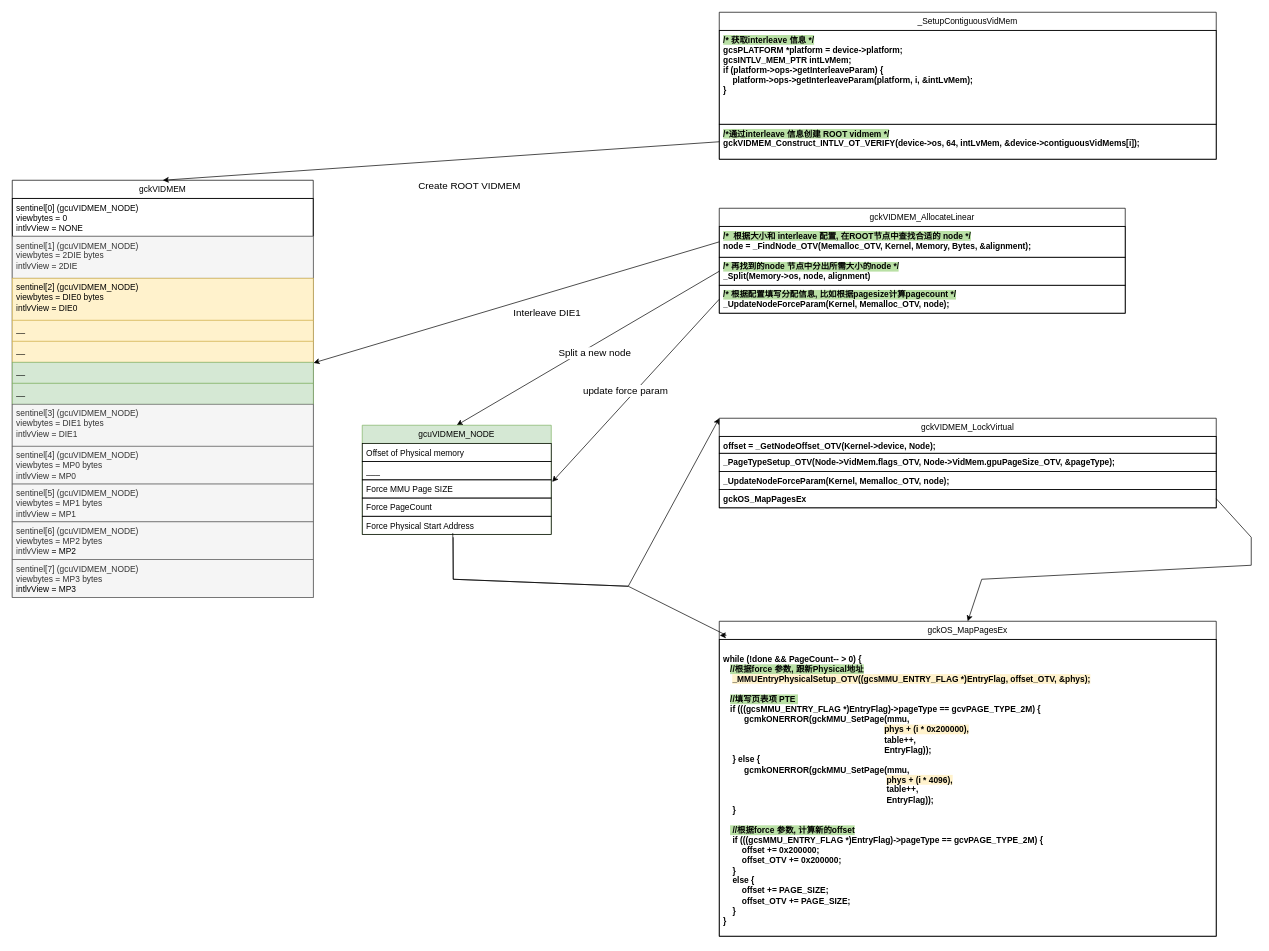
Earlier version of the draw.io diagram intlv.drawio (evolution124/mydiagram). Source tidied: cells renumbered, new cells numbered last; positions are measured from the earlier drawing's top-left corner, leaving out a move shared by most shapes. Both pictures are drawn from the tidied source at 70%, with x=0, y=0 at pixel (12, 12).
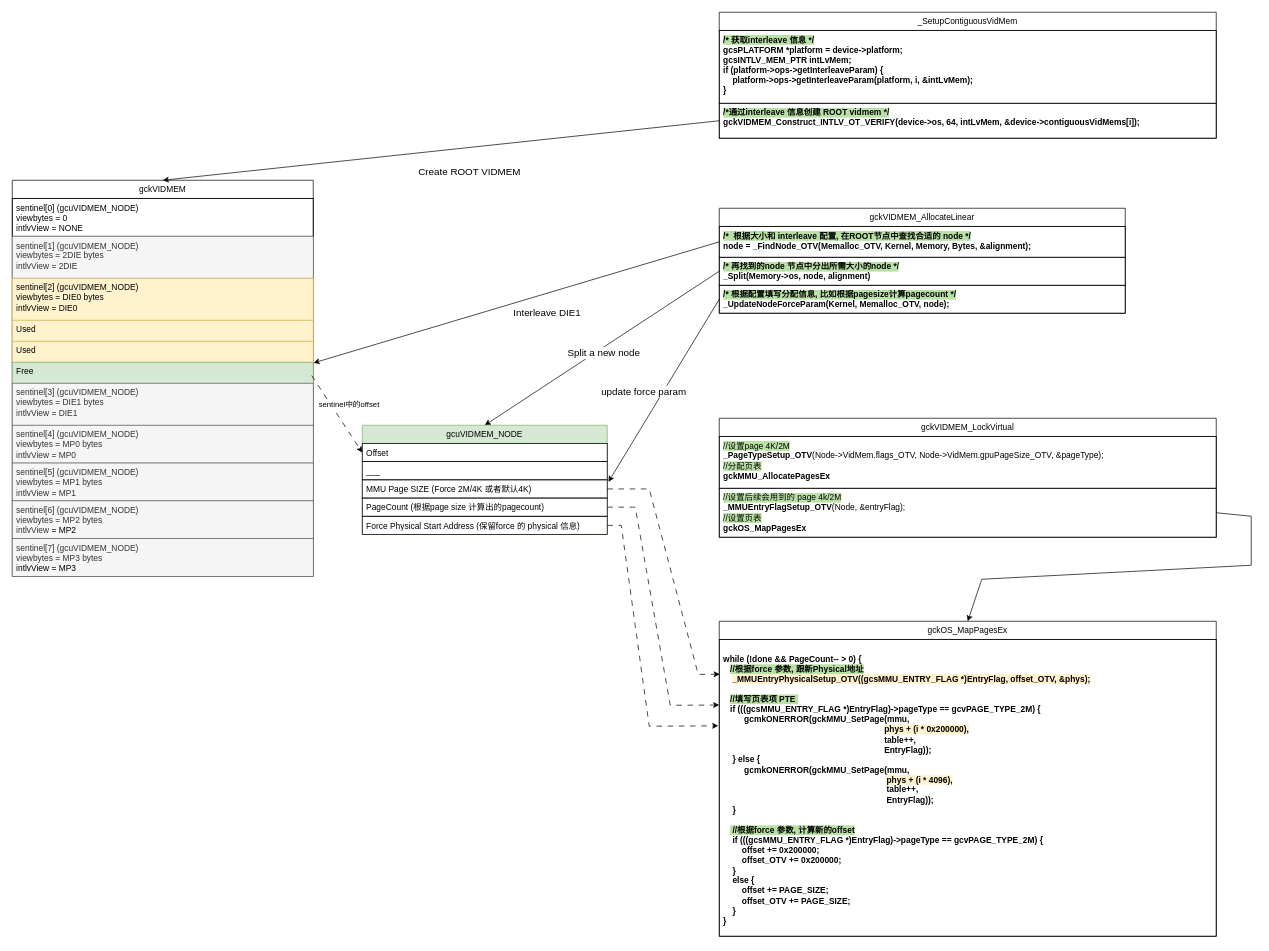
Above is the later version.

Unchanged cells that the change refers to:
```xml
<mxCell id="36" value="gckOS_MapPagesEx" style="swimlane;fontStyle=0;horizontal=1;startSize=26;fillColor=none;whiteSpace=wrap;html=1;" parent="1" vertex="1">
  <mxGeometry x="1010" y="870" width="710" height="450" as="geometry" />
</mxCell>
<mxCell id="37" value="&lt;div&gt;&lt;br&gt;&lt;/div&gt;&lt;div&gt;while (!done &amp;amp;&amp;amp; PageCount-- &amp;gt; 0) {&lt;/div&gt;&lt;div&gt;&amp;nbsp; &amp;nbsp;&lt;span style=&quot;background-color: rgb(185, 224, 165);&quot;&gt;//根据force 参数, 跟新Physical地址&lt;/span&gt;&lt;/div&gt;&lt;div&gt;&amp;nbsp; &amp;nbsp; &lt;span style=&quot;background-color: rgb(255, 242, 204);&quot;&gt;_MMUEntryPhysicalSetup_OTV((gcsMMU_ENTRY_FLAG *)EntryFlag, offset_OTV, &amp;amp;phys);&lt;/span&gt;&lt;/div&gt;&lt;div&gt;&lt;div&gt;&amp;nbsp; &amp;nbsp; &amp;nbsp;&lt;/div&gt;&lt;div&gt;&amp;nbsp; &amp;nbsp;&lt;span style=&quot;background-color: rgb(185, 224, 165);&quot;&gt;//填写页表项 PTE&amp;nbsp;&lt;/span&gt;&lt;/div&gt;&lt;div&gt;&amp;nbsp; &amp;nbsp;if (((gcsMMU_ENTRY_FLAG *)EntryFlag)-&amp;gt;pageType == gcvPAGE_TYPE_2M) {&lt;/div&gt;&lt;div&gt;&amp;nbsp; &amp;nbsp; &amp;nbsp; &amp;nbsp; &amp;nbsp;gcmkONERROR(gckMMU_SetPage(mmu,&lt;/div&gt;&lt;div&gt;&amp;nbsp; &amp;nbsp; &amp;nbsp; &amp;nbsp; &amp;nbsp; &amp;nbsp; &amp;nbsp; &amp;nbsp; &amp;nbsp; &amp;nbsp; &amp;nbsp; &amp;nbsp; &amp;nbsp; &amp;nbsp; &amp;nbsp; &amp;nbsp; &amp;nbsp; &amp;nbsp; &amp;nbsp; &amp;nbsp; &amp;nbsp; &amp;nbsp; &amp;nbsp; &amp;nbsp; &amp;nbsp; &amp;nbsp; &amp;nbsp; &amp;nbsp; &amp;nbsp; &amp;nbsp; &amp;nbsp; &amp;nbsp; &amp;nbsp; &amp;nbsp; &amp;nbsp;&lt;span style=&quot;background-color: rgb(255, 242, 204);&quot;&gt;phys + (i * 0x200000),&lt;/span&gt;&lt;/div&gt;&lt;div&gt;&lt;div&gt;&amp;nbsp; &amp;nbsp; &amp;nbsp; &amp;nbsp; &amp;nbsp; &amp;nbsp; &amp;nbsp; &amp;nbsp; &amp;nbsp; &amp;nbsp; &amp;nbsp; &amp;nbsp; &amp;nbsp; &amp;nbsp; &amp;nbsp; &amp;nbsp; &amp;nbsp; &amp;nbsp; &amp;nbsp; &amp;nbsp; &amp;nbsp; &amp;nbsp; &amp;nbsp; &amp;nbsp; &amp;nbsp; &amp;nbsp; &amp;nbsp; &amp;nbsp; &amp;nbsp; &amp;nbsp; &amp;nbsp; &amp;nbsp; &amp;nbsp; &amp;nbsp; &amp;nbsp;table++,&lt;/div&gt;&lt;div&gt;&amp;nbsp; &amp;nbsp; &amp;nbsp; &amp;nbsp; &amp;nbsp; &amp;nbsp; &amp;nbsp; &amp;nbsp; &amp;nbsp; &amp;nbsp; &amp;nbsp; &amp;nbsp; &amp;nbsp; &amp;nbsp; &amp;nbsp; &amp;nbsp; &amp;nbsp; &amp;nbsp; &amp;nbsp; &amp;nbsp; &amp;nbsp; &amp;nbsp; &amp;nbsp; &amp;nbsp; &amp;nbsp; &amp;nbsp; &amp;nbsp; &amp;nbsp; &amp;nbsp; &amp;nbsp; &amp;nbsp; &amp;nbsp; &amp;nbsp; &amp;nbsp; &amp;nbsp;EntryFlag));&lt;/div&gt;&lt;div&gt;&amp;nbsp; &amp;nbsp; } else {&lt;/div&gt;&lt;/div&gt;&lt;/div&gt;&lt;div&gt;&lt;div&gt;&amp;nbsp; &amp;nbsp; &amp;nbsp; &amp;nbsp; &amp;nbsp;gcmkONERROR(gckMMU_SetPage(mmu,&lt;/div&gt;&lt;div&gt;&amp;nbsp; &amp;nbsp; &amp;nbsp; &amp;nbsp; &amp;nbsp; &amp;nbsp; &amp;nbsp; &amp;nbsp; &amp;nbsp; &amp;nbsp; &amp;nbsp; &amp;nbsp; &amp;nbsp; &amp;nbsp; &amp;nbsp; &amp;nbsp; &amp;nbsp; &amp;nbsp; &amp;nbsp; &amp;nbsp; &amp;nbsp; &amp;nbsp; &amp;nbsp; &amp;nbsp; &amp;nbsp; &amp;nbsp; &amp;nbsp; &amp;nbsp; &amp;nbsp; &amp;nbsp; &amp;nbsp; &amp;nbsp; &amp;nbsp; &amp;nbsp; &amp;nbsp; &lt;span style=&quot;background-color: rgb(255, 242, 204);&quot;&gt;phys + (i * 4096),&lt;/span&gt;&lt;br&gt;&lt;div&gt;&amp;nbsp; &amp;nbsp; &amp;nbsp; &amp;nbsp; &amp;nbsp; &amp;nbsp; &amp;nbsp; &amp;nbsp; &amp;nbsp; &amp;nbsp; &amp;nbsp; &amp;nbsp; &amp;nbsp; &amp;nbsp; &amp;nbsp; &amp;nbsp; &amp;nbsp; &amp;nbsp; &amp;nbsp; &amp;nbsp; &amp;nbsp; &amp;nbsp; &amp;nbsp; &amp;nbsp; &amp;nbsp; &amp;nbsp; &amp;nbsp; &amp;nbsp; &amp;nbsp; &amp;nbsp; &amp;nbsp; &amp;nbsp; &amp;nbsp; &amp;nbsp; &amp;nbsp; table++,&lt;/div&gt;&lt;div&gt;&amp;nbsp; &amp;nbsp; &amp;nbsp; &amp;nbsp; &amp;nbsp; &amp;nbsp; &amp;nbsp; &amp;nbsp; &amp;nbsp; &amp;nbsp; &amp;nbsp; &amp;nbsp; &amp;nbsp; &amp;nbsp; &amp;nbsp; &amp;nbsp; &amp;nbsp; &amp;nbsp; &amp;nbsp; &amp;nbsp; &amp;nbsp; &amp;nbsp; &amp;nbsp; &amp;nbsp; &amp;nbsp; &amp;nbsp; &amp;nbsp; &amp;nbsp; &amp;nbsp; &amp;nbsp; &amp;nbsp; &amp;nbsp; &amp;nbsp; &amp;nbsp; &amp;nbsp; EntryFlag));&lt;/div&gt;&lt;div&gt;&amp;nbsp; &amp;nbsp; }&lt;br&gt;&lt;br&gt;&amp;nbsp; &amp;nbsp;&lt;span style=&quot;background-color: rgb(185, 224, 165);&quot;&gt; //根据force 参数, 计算新的offset&lt;/span&gt;&lt;br&gt;&lt;div&gt;&amp;nbsp; &amp;nbsp; if (((gcsMMU_ENTRY_FLAG *)EntryFlag)-&amp;gt;pageType == gcvPAGE_TYPE_2M) {&lt;/div&gt;&lt;div&gt;&amp;nbsp; &amp;nbsp; &amp;nbsp; &amp;nbsp; offset += 0x200000;&lt;/div&gt;&lt;/div&gt;&lt;/div&gt;&lt;/div&gt;&lt;div&gt;&lt;div&gt;&amp;nbsp; &amp;nbsp; &amp;nbsp; &amp;nbsp; offset_OTV += 0x200000;&lt;/div&gt;&lt;div&gt;&amp;nbsp; &amp;nbsp; }&lt;/div&gt;&lt;div&gt;&amp;nbsp; &amp;nbsp; else {&lt;/div&gt;&lt;div&gt;&amp;nbsp; &amp;nbsp; &amp;nbsp; &amp;nbsp; offset += PAGE_SIZE;&lt;/div&gt;&lt;/div&gt;&lt;div&gt;&lt;div&gt;&amp;nbsp; &amp;nbsp; &amp;nbsp; &amp;nbsp; offset_OTV += PAGE_SIZE;&lt;/div&gt;&lt;div&gt;&amp;nbsp; &amp;nbsp; }&lt;/div&gt;&lt;/div&gt;&lt;div&gt;}&lt;/div&gt;" style="text;strokeColor=default;fillColor=none;align=left;verticalAlign=top;spacingLeft=4;spacingRight=4;overflow=hidden;points=[[0,0.5],[1,0.5]];portConstraint=eastwest;whiteSpace=wrap;html=1;fontStyle=1;" parent="36" vertex="1">
  <mxGeometry y="26" width="710" height="424" as="geometry" />
</mxCell>
```

The edit, as a diff of the source:
```diff
@@
     <mxCell id="2" value="gckVIDMEM" style="swimlane;fontStyle=0;horizontal=1;startSize=26;fillColor=none;whiteSpace=wrap;html=1;" parent="1" vertex="1">
-      <mxGeometry y="240" width="430" height="596" as="geometry" />
+      <mxGeometry y="240" width="430" height="566" as="geometry" />
     </mxCell>
@@
-    <mxCell id="6" value="__" style="text;strokeColor=#d6b656;fillColor=#fff2cc;align=left;verticalAlign=top;spacingLeft=4;spacingRight=4;overflow=hidden;whiteSpace=wrap;html=1;" parent="2" vertex="1">
+    <mxCell id="6" value="Used" style="text;strokeColor=#d6b656;fillColor=#fff2cc;align=left;verticalAlign=top;spacingLeft=4;spacingRight=4;overflow=hidden;whiteSpace=wrap;html=1;" parent="2" vertex="1">
       <mxGeometry y="200" width="430" height="30" as="geometry" />
     </mxCell>
-    <mxCell id="7" value="__" style="text;strokeColor=#d6b656;fillColor=#fff2cc;align=left;verticalAlign=top;spacingLeft=4;spacingRight=4;overflow=hidden;whiteSpace=wrap;html=1;" parent="2" vertex="1">
+    <mxCell id="7" value="Used" style="text;strokeColor=#d6b656;fillColor=#fff2cc;align=left;verticalAlign=top;spacingLeft=4;spacingRight=4;overflow=hidden;whiteSpace=wrap;html=1;" parent="2" vertex="1">
       <mxGeometry y="230" width="430" height="30" as="geometry" />
     </mxCell>
-    <mxCell id="8" value="__" style="text;strokeColor=#82b366;fillColor=#d5e8d4;align=left;verticalAlign=top;spacingLeft=4;spacingRight=4;overflow=hidden;points=[[0,0.5],[1,0.5]];portConstraint=eastwest;whiteSpace=wrap;html=1;" parent="2" vertex="1">
+    <mxCell id="8" value="Free" style="text;strokeColor=#82b366;fillColor=#d5e8d4;align=left;verticalAlign=top;spacingLeft=4;spacingRight=4;overflow=hidden;points=[[0,0.5],[1,0.5]];portConstraint=eastwest;whiteSpace=wrap;html=1;" parent="2" vertex="1">
       <mxGeometry y="260" width="430" height="30" as="geometry" />
     </mxCell>
-    <mxCell id="9" value="__" style="text;strokeColor=#82b366;fillColor=#d5e8d4;align=left;verticalAlign=top;spacingLeft=4;spacingRight=4;overflow=hidden;whiteSpace=wrap;html=1;" parent="2" vertex="1">
-      <mxGeometry y="290" width="430" height="30" as="geometry" />
-    </mxCell>
     <mxCell id="10" value="sentinel[3] (gcuVIDMEM_NODE)&lt;br&gt;viewbytes = DIE1 bytes&lt;div&gt;intlvView = DIE1&amp;nbsp;&lt;/div&gt;" style="text;strokeColor=#666666;fillColor=#f5f5f5;align=left;verticalAlign=top;spacingLeft=4;spacingRight=4;overflow=hidden;whiteSpace=wrap;html=1;fontColor=#333333;" parent="2" vertex="1">
-      <mxGeometry y="320" width="430" height="60" as="geometry" />
+      <mxGeometry y="290" width="430" height="60" as="geometry" />
     </mxCell>
     <mxCell id="11" value="sentinel[4] (gcuVIDMEM_NODE)&lt;br&gt;viewbytes = MP0 bytes&lt;div&gt;intlvView = MP0&lt;/div&gt;" style="text;strokeColor=#666666;fillColor=#f5f5f5;align=left;verticalAlign=top;spacingLeft=4;spacingRight=4;overflow=hidden;whiteSpace=wrap;html=1;fontColor=#333333;" parent="2" vertex="1">
-      <mxGeometry y="380" width="430" height="54" as="geometry" />
+      <mxGeometry y="350" width="430" height="54" as="geometry" />
     </mxCell>
     <mxCell id="12" value="sentinel[5] (gcuVIDMEM_NODE)&lt;br&gt;viewbytes =&amp;nbsp;MP1 bytes&lt;div&gt;intlvView = MP1&lt;/div&gt;" style="text;strokeColor=#666666;fillColor=#f5f5f5;align=left;verticalAlign=top;spacingLeft=4;spacingRight=4;overflow=hidden;whiteSpace=wrap;html=1;fontColor=#333333;" parent="2" vertex="1">
-      <mxGeometry y="434" width="430" height="54" as="geometry" />
+      <mxGeometry y="404" width="430" height="54" as="geometry" />
     </mxCell>
     <mxCell id="13" value="sentinel[6] (gcuVIDMEM_NODE)&lt;br&gt;viewbytes = MP2 bytes&lt;div&gt;intlvView&amp;nbsp;&lt;span style=&quot;background-color: transparent; color: light-dark(rgb(0, 0, 0), rgb(255, 255, 255));&quot;&gt;= MP2&lt;/span&gt;&lt;/div&gt;" style="text;strokeColor=#666666;fillColor=#f5f5f5;align=left;verticalAlign=top;spacingLeft=4;spacingRight=4;overflow=hidden;whiteSpace=wrap;html=1;fontColor=#333333;" parent="2" vertex="1">
-      <mxGeometry y="488" width="430" height="54" as="geometry" />
+      <mxGeometry y="458" width="430" height="54" as="geometry" />
     </mxCell>
     <mxCell id="14" value="sentinel[7] (gcuVIDMEM_NODE)&lt;br&gt;viewbytes =&amp;nbsp;MP3 bytes&lt;br&gt;&lt;span style=&quot;background-color: transparent; color: light-dark(rgb(0, 0, 0), rgb(255, 255, 255));&quot;&gt;intlvView&amp;nbsp;&lt;/span&gt;&lt;span style=&quot;background-color: transparent; color: light-dark(rgb(0, 0, 0), rgb(255, 255, 255));&quot;&gt;= MP3&lt;/span&gt;" style="text;strokeColor=#666666;fillColor=#f5f5f5;align=left;verticalAlign=top;spacingLeft=4;spacingRight=4;overflow=hidden;whiteSpace=wrap;html=1;fontColor=#333333;" parent="2" vertex="1">
-      <mxGeometry y="542" width="430" height="54" as="geometry" />
+      <mxGeometry y="512" width="430" height="54" as="geometry" />
     </mxCell>
@@
     <mxCell id="23" value="&lt;span style=&quot;text-align: left;&quot;&gt;gcuVIDMEM_NODE&lt;/span&gt;" style="swimlane;fontStyle=0;horizontal=1;startSize=26;fillColor=#d5e8d4;whiteSpace=wrap;html=1;strokeColor=#82b366;" parent="1" vertex="1">
-      <mxGeometry x="500" y="590" width="270" height="156" as="geometry" />
+      <mxGeometry x="500" y="590" width="350" height="156" as="geometry" />
     </mxCell>
-    <mxCell id="24" value="Offset of Physical memory" style="text;strokeColor=default;fillColor=none;align=left;verticalAlign=top;spacingLeft=4;spacingRight=4;overflow=hidden;points=[[0,0.5],[1,0.5]];portConstraint=eastwest;whiteSpace=wrap;html=1;" parent="23" vertex="1">
-      <mxGeometry y="26" width="270" height="26" as="geometry" />
+    <mxCell id="24" value="Offset" style="text;strokeColor=default;fillColor=none;align=left;verticalAlign=top;spacingLeft=4;spacingRight=4;overflow=hidden;points=[[0,0.5],[1,0.5]];portConstraint=eastwest;whiteSpace=wrap;html=1;" parent="23" vertex="1">
+      <mxGeometry y="26" width="350" height="26" as="geometry" />
     </mxCell>
     <mxCell id="25" value="___" style="text;strokeColor=default;fillColor=none;align=left;verticalAlign=top;spacingLeft=4;spacingRight=4;overflow=hidden;points=[[0,0.5],[1,0.5]];portConstraint=eastwest;whiteSpace=wrap;html=1;" parent="23" vertex="1">
-      <mxGeometry y="52" width="270" height="26" as="geometry" />
+      <mxGeometry y="52" width="350" height="26" as="geometry" />
     </mxCell>
-    <mxCell id="26" value="Force MMU Page SIZE" style="text;strokeColor=default;fillColor=none;align=left;verticalAlign=top;spacingLeft=4;spacingRight=4;overflow=hidden;points=[[0,0.5],[1,0.5]];portConstraint=eastwest;whiteSpace=wrap;html=1;" parent="23" vertex="1">
-      <mxGeometry y="78" width="270" height="26" as="geometry" />
+    <mxCell id="26" value="MMU Page SIZE (Force 2M/4K 或者默认4K)" style="text;strokeColor=default;fillColor=none;align=left;verticalAlign=top;spacingLeft=4;spacingRight=4;overflow=hidden;points=[[0,0.5],[1,0.5]];portConstraint=eastwest;whiteSpace=wrap;html=1;" parent="23" vertex="1">
+      <mxGeometry y="78" width="350" height="26" as="geometry" />
     </mxCell>
-    <mxCell id="27" value="Force PageCount" style="text;strokeColor=default;fillColor=none;align=left;verticalAlign=top;spacingLeft=4;spacingRight=4;overflow=hidden;points=[[0,0.5],[1,0.5]];portConstraint=eastwest;whiteSpace=wrap;html=1;" parent="23" vertex="1">
-      <mxGeometry y="104" width="270" height="26" as="geometry" />
+    <mxCell id="27" value="PageCount (根据page size 计算出的pagecount)" style="text;strokeColor=default;fillColor=none;align=left;verticalAlign=top;spacingLeft=4;spacingRight=4;overflow=hidden;points=[[0,0.5],[1,0.5]];portConstraint=eastwest;whiteSpace=wrap;html=1;" parent="23" vertex="1">
+      <mxGeometry y="104" width="350" height="26" as="geometry" />
     </mxCell>
-    <mxCell id="28" value="Force Physical Start Address" style="text;strokeColor=default;fillColor=none;align=left;verticalAlign=top;spacingLeft=4;spacingRight=4;overflow=hidden;points=[[0,0.5],[1,0.5]];portConstraint=eastwest;whiteSpace=wrap;html=1;" parent="23" vertex="1">
-      <mxGeometry y="130" width="270" height="26" as="geometry" />
+    <mxCell id="28" value="Force Physical Start Address (保留force 的 physical 信息)" style="text;strokeColor=default;fillColor=none;align=left;verticalAlign=top;spacingLeft=4;spacingRight=4;overflow=hidden;points=[[0,0.5],[1,0.5]];portConstraint=eastwest;whiteSpace=wrap;html=1;" parent="23" vertex="1">
+      <mxGeometry y="130" width="350" height="26" as="geometry" />
     </mxCell>
@@
     <mxCell id="31" value="gckVIDMEM_LockVirtual" style="swimlane;fontStyle=0;horizontal=1;startSize=26;fillColor=none;whiteSpace=wrap;html=1;" parent="1" vertex="1">
-      <mxGeometry x="1010" y="580" width="710" height="128" as="geometry" />
+      <mxGeometry x="1010" y="580" width="710" height="170" as="geometry" />
     </mxCell>
+    <mxCell id="33" value="&lt;span style=&quot;font-weight: normal; background-color: rgb(185, 224, 165);&quot;&gt;//设置page 4K/2M&lt;/span&gt;&lt;br&gt;_PageTypeSetup_OTV&lt;span style=&quot;font-weight: normal;&quot;&gt;(Node-&amp;gt;VidMem.flags_OTV, Node-&amp;gt;VidMem.gpuPageSize_OTV, &amp;amp;pageType);&lt;/span&gt;&lt;br&gt;&lt;span style=&quot;font-weight: normal; background-color: rgb(185, 224, 165);&quot;&gt;//分配页表&lt;/span&gt;&lt;br&gt;gckMMU_AllocatePagesEx" style="text;strokeColor=default;fillColor=none;align=left;verticalAlign=top;spacingLeft=4;spacingRight=4;overflow=hidden;whiteSpace=wrap;html=1;fontStyle=1;" parent="31" vertex="1">
+      <mxGeometry y="26" width="710" height="74" as="geometry" />
+    </mxCell>
-    <mxCell id="32" value="offset = _GetNodeOffset_OTV(Kernel-&amp;gt;device, Node);" style="text;strokeColor=default;fillColor=none;align=left;verticalAlign=top;spacingLeft=4;spacingRight=4;overflow=hidden;points=[[0,0.5],[1,0.5]];portConstraint=eastwest;whiteSpace=wrap;html=1;fontStyle=1;" parent="31" vertex="1">
-      <mxGeometry y="26" width="710" height="24" as="geometry" />
+    <mxCell id="32" value="&lt;div&gt;&lt;span style=&quot;background-color: rgb(185, 224, 165); font-weight: normal;&quot;&gt;//设置后续会用到的 page 4k/2M&lt;/span&gt;&lt;/div&gt;&lt;div&gt;_MMUEntryFlagSetup_OTV&lt;span style=&quot;font-weight: normal;&quot;&gt;(Node, &amp;amp;entryFlag);&lt;/span&gt;&lt;/div&gt;&lt;div&gt;&lt;span style=&quot;background-color: rgb(185, 224, 165); font-weight: normal;&quot;&gt;//设置页表&lt;/span&gt;&lt;/div&gt;gckOS_MapPagesEx" style="text;strokeColor=default;fillColor=none;align=left;verticalAlign=top;spacingLeft=4;spacingRight=4;overflow=hidden;points=[[0,0.5],[1,0.5]];portConstraint=eastwest;whiteSpace=wrap;html=1;fontStyle=1;" parent="31" vertex="1">
+      <mxGeometry y="100" width="710" height="70" as="geometry" />
     </mxCell>
-    <mxCell id="33" value="_PageTypeSetup_OTV(Node-&amp;gt;VidMem.flags_OTV, Node-&amp;gt;VidMem.gpuPageSize_OTV, &amp;amp;pageType);" style="text;strokeColor=default;fillColor=none;align=left;verticalAlign=top;spacingLeft=4;spacingRight=4;overflow=hidden;whiteSpace=wrap;html=1;fontStyle=1;" parent="31" vertex="1">
-      <mxGeometry y="50" width="710" height="26" as="geometry" />
-    </mxCell>
-    <mxCell id="34" value="&lt;b&gt;_UpdateNodeForceParam(Kernel, Memalloc_OTV, node);&lt;/b&gt;" style="text;strokeColor=default;fillColor=none;align=left;verticalAlign=top;spacingLeft=4;spacingRight=4;overflow=hidden;whiteSpace=wrap;html=1;" parent="31" vertex="1">
-      <mxGeometry y="76" width="710" height="26" as="geometry" />
-    </mxCell>
-    <mxCell id="35" value="&lt;b&gt;gckOS_MapPagesEx&lt;/b&gt;" style="text;strokeColor=default;fillColor=none;align=left;verticalAlign=top;spacingLeft=4;spacingRight=4;overflow=hidden;points=[[0,0.5],[1,0.5]];portConstraint=eastwest;whiteSpace=wrap;html=1;" parent="31" vertex="1">
-      <mxGeometry y="102" width="710" height="26" as="geometry" />
-    </mxCell>
@@
-    <mxCell id="38" style="endArrow=classic;html=1;rounded=0;exitX=1;exitY=0.5;exitDx=0;exitDy=0;entryX=0.5;entryY=0;entryDx=0;entryDy=0;" parent="1" edge="1" source="35" target="36">
+    <mxCell id="38" style="endArrow=classic;html=1;rounded=0;exitX=1;exitY=0.5;exitDx=0;exitDy=0;entryX=0.5;entryY=0;entryDx=0;entryDy=0;" parent="1" edge="1" source="32" target="36">
       <mxGeometry relative="1" as="geometry">
         <Array as="points">
-          <mxPoint x="1770" y="750" />
+          <mxPoint x="1770" y="720" />
           <mxPoint x="1770" y="790" />
           <mxPoint x="1385" y="810" />
         </Array>
       </mxGeometry>
     </mxCell>
     <mxCell id="39" value="_SetupContiguousVidMem" style="swimlane;fontStyle=0;horizontal=1;startSize=26;fillColor=none;whiteSpace=wrap;html=1;" parent="1" vertex="1">
-      <mxGeometry x="1010" width="710" height="210" as="geometry" />
+      <mxGeometry x="1010" width="710" height="180" as="geometry" />
     </mxCell>
     <mxCell id="40" value="&lt;div&gt;&lt;span style=&quot;background-color: rgb(185, 224, 165);&quot;&gt;/* 获取interleave 信息 */&lt;/span&gt;&lt;/div&gt;&lt;div&gt;gcsPLATFORM *platform = device-&amp;gt;platform;&lt;/div&gt;&lt;div&gt;gcsINTLV_MEM_PTR intLvMem;&lt;/div&gt;&lt;div&gt;if (platform-&amp;gt;ops-&amp;gt;getInterleaveParam) {&lt;br&gt;&lt;div&gt;&amp;nbsp; &amp;nbsp; platform-&amp;gt;ops-&amp;gt;getInterleaveParam(platform, i, &amp;amp;intLvMem);&lt;br&gt;&lt;span style=&quot;background-color: transparent; color: light-dark(rgb(0, 0, 0), rgb(255, 255, 255));&quot;&gt;}&lt;/span&gt;&lt;/div&gt;&lt;/div&gt;&lt;div&gt;&lt;span style=&quot;background-color: transparent; color: light-dark(rgb(0, 0, 0), rgb(255, 255, 255));&quot;&gt;&lt;br&gt;&lt;/span&gt;&lt;/div&gt;&lt;div&gt;&lt;span style=&quot;background-color: transparent; color: light-dark(rgb(0, 0, 0), rgb(255, 255, 255));&quot;&gt;&lt;br&gt;&lt;/span&gt;&lt;/div&gt;" style="text;strokeColor=default;fillColor=none;align=left;verticalAlign=top;spacingLeft=4;spacingRight=4;overflow=hidden;whiteSpace=wrap;html=1;fontStyle=1;" parent="39" vertex="1">
-      <mxGeometry y="26" width="710" height="134" as="geometry" />
+      <mxGeometry y="26" width="710" height="104" as="geometry" />
     </mxCell>
     <mxCell id="41" value="&lt;div&gt;&lt;span style=&quot;background-color: rgb(185, 224, 165);&quot;&gt;/*通过interleave 信息创建 ROOT vidmem */&lt;/span&gt;&lt;br&gt;gckVIDMEM_Construct_INTLV_OT_VERIFY(device-&amp;gt;os,&amp;nbsp;&lt;span style=&quot;background-color: transparent; color: light-dark(rgb(0, 0, 0), rgb(255, 255, 255));&quot;&gt;64, intLvMem, &amp;amp;device-&amp;gt;contiguousVidMems[i]);&lt;/span&gt;&lt;/div&gt;" style="text;strokeColor=default;fillColor=none;align=left;verticalAlign=top;spacingLeft=4;spacingRight=4;overflow=hidden;points=[[0,0.5],[1,0.5]];portConstraint=eastwest;whiteSpace=wrap;html=1;fontStyle=1;" parent="39" vertex="1">
-      <mxGeometry y="160" width="710" height="50" as="geometry" />
+      <mxGeometry y="130" width="710" height="50" as="geometry" />
     </mxCell>
@@
-    <mxCell id="44" style="endArrow=classic;html=1;rounded=0;exitX=0.479;exitY=0.924;exitDx=0;exitDy=0;exitPerimeter=0;entryX=0;entryY=0;entryDx=0;entryDy=0;" parent="1" edge="1" source="28" target="31">
+    <mxCell id="44" style="endArrow=classic;html=1;rounded=0;exitX=1;exitY=0.5;exitDx=0;exitDy=0;entryX=-0.002;entryY=0.291;entryDx=0;entryDy=0;entryPerimeter=0;dashed=1;dashPattern=8 8;" parent="1" edge="1" source="28" target="37">
       <mxGeometry relative="1" as="geometry">
         <Array as="points">
-          <mxPoint x="630" y="810" />
-          <mxPoint x="880" y="820" />
+          <mxPoint x="870" y="733" />
+          <mxPoint x="910" y="1020" />
         </Array>
       </mxGeometry>
     </mxCell>
-    <mxCell id="45" style="endArrow=classic;html=1;rounded=0;entryX=0.001;entryY=0.045;entryDx=0;entryDy=0;entryPerimeter=0;" parent="1" edge="1" target="36">
-      <mxGeometry relative="1" as="geometry">
-        <mxPoint x="630" y="750" as="sourcePoint" />
-        <Array as="points">
-          <mxPoint x="630" y="810" />
-          <mxPoint x="880" y="820" />
-          <mxPoint x="1020" y="890" />
-        </Array>
-      </mxGeometry>
-    </mxCell>
+    <mxCell id="46" style="endArrow=classic;html=1;rounded=0;exitX=0.995;exitY=0.633;exitDx=0;exitDy=0;exitPerimeter=0;entryX=0;entryY=0.5;entryDx=0;entryDy=0;dashed=1;dashPattern=8 8;" parent="1" edge="1" source="8" target="24">
+      <mxGeometry relative="1" as="geometry" />
+    </mxCell>
+    <mxCell id="47" value="sentinel中的offset" style="edgeLabel;html=1;align=center;verticalAlign=middle;" parent="46" vertex="1">
+      <mxGeometry y="-1" relative="1" as="geometry">
+        <mxPoint x="17" y="-15" as="offset" />
+      </mxGeometry>
+    </mxCell>
+    <mxCell id="48" style="endArrow=classic;html=1;rounded=0;exitX=1;exitY=0.5;exitDx=0;exitDy=0;entryX=0;entryY=0.221;entryDx=0;entryDy=0;entryPerimeter=0;dashed=1;dashPattern=8 8;" parent="1" edge="1" source="27" target="37">
+      <mxGeometry relative="1" as="geometry">
+        <Array as="points">
+          <mxPoint x="890" y="707" />
+          <mxPoint x="940" y="990" />
+        </Array>
+      </mxGeometry>
+    </mxCell>
+    <mxCell id="49" style="endArrow=classic;html=1;rounded=0;exitX=1;exitY=0.5;exitDx=0;exitDy=0;entryX=0.001;entryY=0.117;entryDx=0;entryDy=0;entryPerimeter=0;dashed=1;dashPattern=8 8;" parent="1" edge="1" source="26" target="37">
+      <mxGeometry relative="1" as="geometry">
+        <Array as="points">
+          <mxPoint x="910" y="681" />
+          <mxPoint x="980" y="946" />
+        </Array>
+      </mxGeometry>
+    </mxCell>
```
